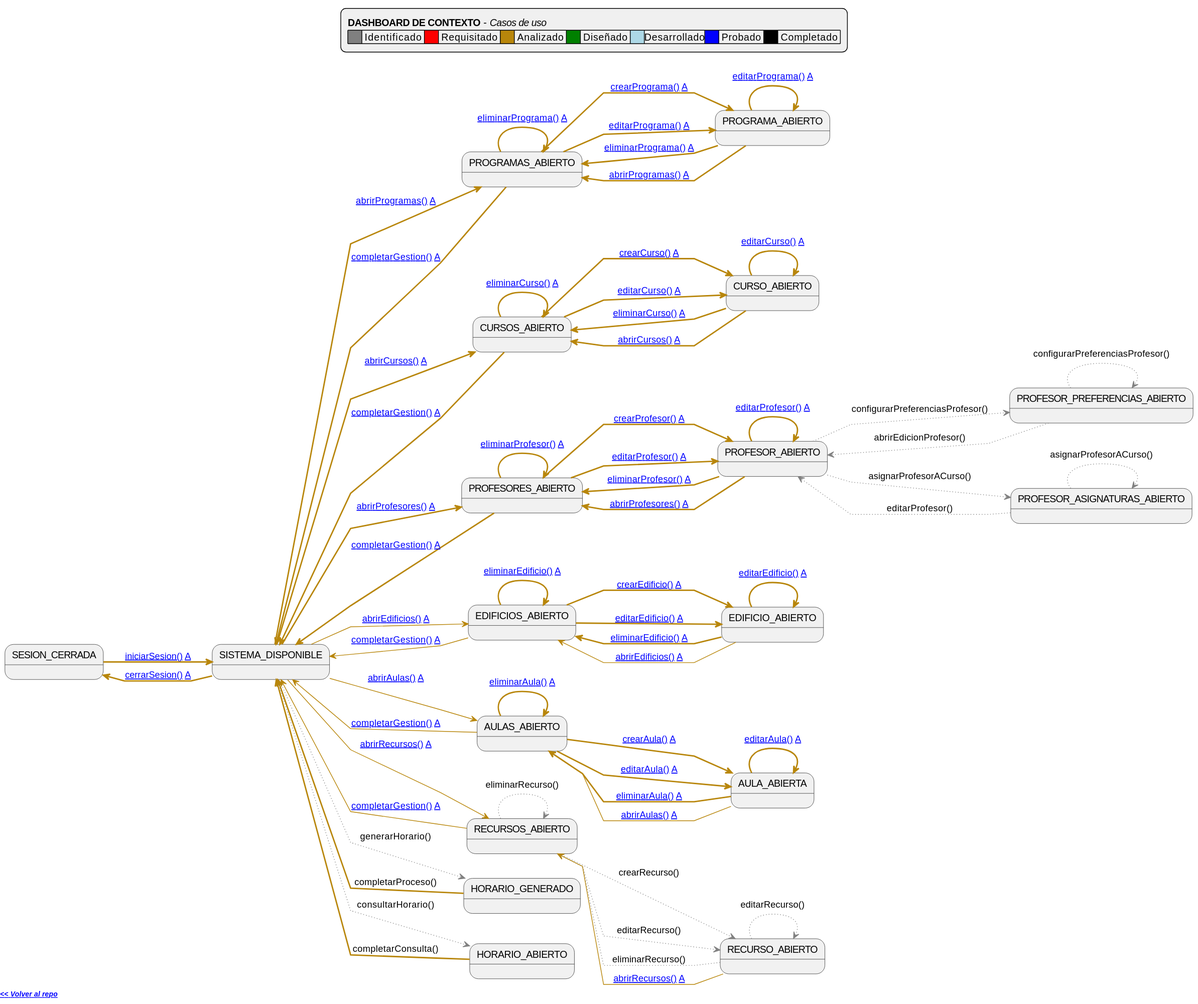
Earlier version of the PlantUML export images/RUP/99-seguimiento/diagrama-contexto-administrador.svg (Hexcss/scheduler).
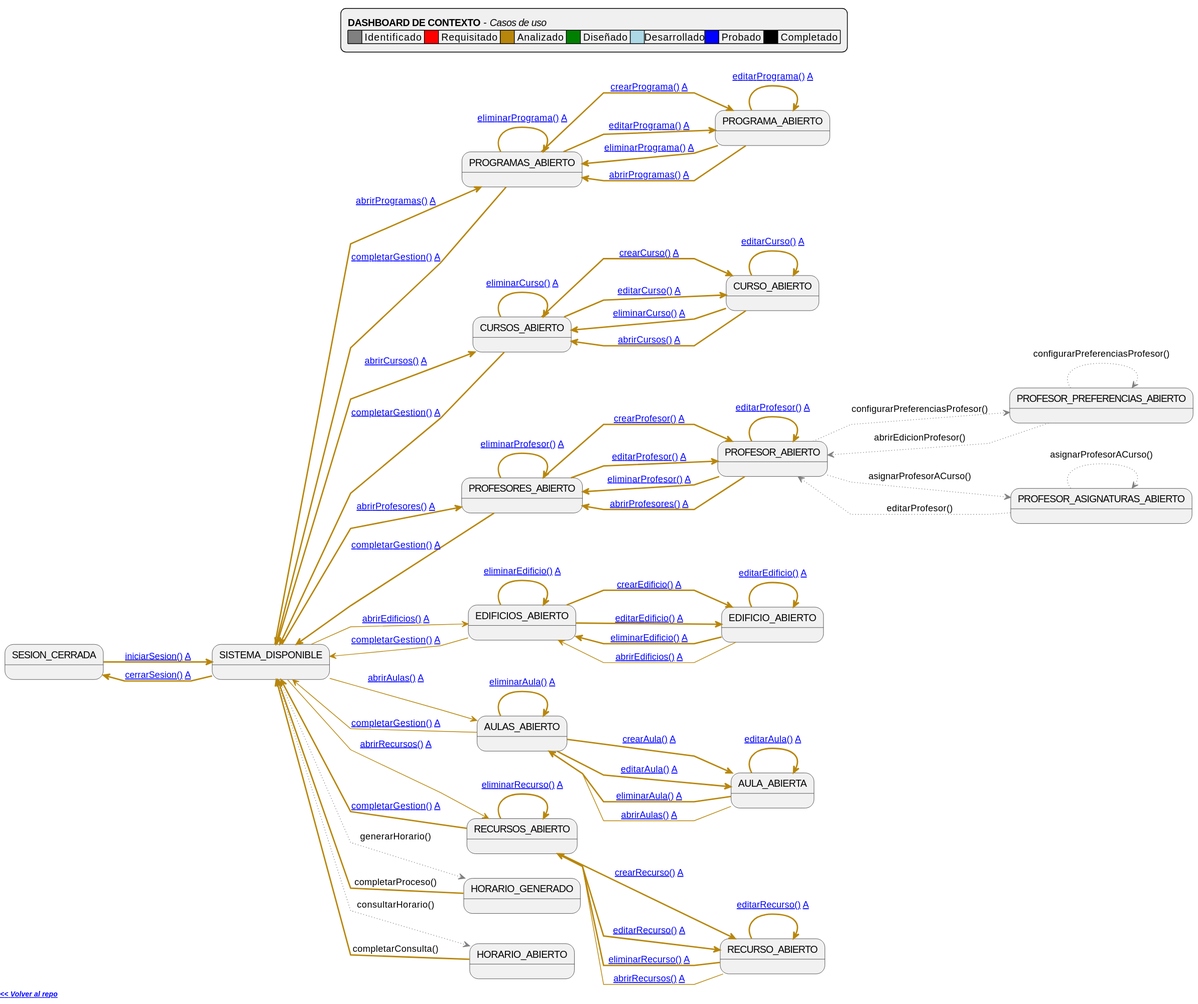
Later version of the same file.

Change to the diagram source:
```diff
@@ -92,18 +92,18 @@
 EditAula -[#darkgoldenrod,bold]-> EditAula: [[https://github.com/mmasias/pySigHor/blob/main/RUP/00-casos-uso/02-detalle/editarAula/README.md editarAula()]] [[https://github.com/mmasias/pySigHor/blob/main/RUP/01-analisis/casos-uso/editarAula/README.md A]]
 EditAula -[#darkgoldenrod,bold]-> ListAulas: [[https://github.com/mmasias/pySigHor/blob/main/RUP/00-casos-uso/02-detalle/eliminarAula/README.md eliminarAula()]] [[https://github.com/mmasias/pySigHor/blob/main/RUP/01-analisis/casos-uso/eliminarAula/README.md A]]
 EditAula -[#darkgoldenrod]-> ListAulas: [[https://github.com/mmasias/pySigHor/blob/main/RUP/00-casos-uso/02-detalle/abrirAulas/README.md abrirAulas()]] [[https://github.com/mmasias/pySigHor/blob/main/RUP/01-analisis/casos-uso/abrirAulas/README.md A]]
-ListRecursos -[#gray,dotted]-> EditRecurso: crearRecurso()
-ListRecursos -[#gray,dotted]-> EditRecurso: editarRecurso()
-ListRecursos -[#gray,dotted]-> ListRecursos: eliminarRecurso()
-EditRecurso -[#gray,dotted]-> EditRecurso: editarRecurso()
-EditRecurso -[#gray,dotted]-> ListRecursos: eliminarRecurso()
+ListRecursos -[#darkgoldenrod,bold]-> EditRecurso: [[https://github.com/mmasias/pySigHor/blob/main/RUP/00-casos-uso/02-detalle/crearRecurso/README.md crearRecurso()]] [[https://github.com/mmasias/pySigHor/blob/main/RUP/01-analisis/casos-uso/crearRecurso/README.md A]]
+ListRecursos -[#darkgoldenrod,bold]-> EditRecurso: [[https://github.com/mmasias/pySigHor/blob/main/RUP/00-casos-uso/02-detalle/editarRecurso/README.md editarRecurso()]] [[https://github.com/mmasias/pySigHor/blob/main/RUP/01-analisis/casos-uso/editarRecurso/README.md A]]
+ListRecursos -[#darkgoldenrod,bold]-> ListRecursos: [[https://github.com/mmasias/pySigHor/blob/main/RUP/00-casos-uso/02-detalle/eliminarRecurso/README.md eliminarRecurso()]] [[https://github.com/mmasias/pySigHor/blob/main/RUP/01-analisis/casos-uso/eliminarRecurso/README.md A]]
+EditRecurso -[#darkgoldenrod,bold]-> EditRecurso: [[https://github.com/mmasias/pySigHor/blob/main/RUP/00-casos-uso/02-detalle/editarRecurso/README.md editarRecurso()]] [[https://github.com/mmasias/pySigHor/blob/main/RUP/01-analisis/casos-uso/editarRecurso/README.md A]]
+EditRecurso -[#darkgoldenrod,bold]-> ListRecursos: [[https://github.com/mmasias/pySigHor/blob/main/RUP/00-casos-uso/02-detalle/eliminarRecurso/README.md eliminarRecurso()]] [[https://github.com/mmasias/pySigHor/blob/main/RUP/01-analisis/casos-uso/eliminarRecurso/README.md A]]
 EditRecurso -[#darkgoldenrod]-> ListRecursos: [[https://github.com/mmasias/pySigHor/blob/main/RUP/00-casos-uso/02-detalle/abrirRecursos/README.md abrirRecursos()]] [[https://github.com/mmasias/pySigHor/blob/main/RUP/01-analisis/casos-uso/abrirRecursos/README.md A]]
 ListProgramas -[#darkgoldenrod,thickness=2]-> Menu: [[https://github.com/mmasias/pySigHor/blob/main/RUP/00-casos-uso/02-detalle/completarGestion/README.md completarGestion()]] [[https://github.com/mmasias/pySigHor/blob/main/RUP/01-analisis/casos-uso/completarGestion/README.md A]]
 ListCursos -[#darkgoldenrod,thickness=2]-> Menu: [[https://github.com/mmasias/pySigHor/blob/main/RUP/00-casos-uso/02-detalle/completarGestion/README.md completarGestion()]] [[https://github.com/mmasias/pySigHor/blob/main/RUP/01-analisis/casos-uso/completarGestion/README.md A]]
 ListProfesores -[#darkgoldenrod,thickness=2]-> Menu: [[https://github.com/mmasias/pySigHor/blob/main/RUP/00-casos-uso/02-detalle/completarGestion/README.md completarGestion()]] [[https://github.com/mmasias/pySigHor/blob/main/RUP/01-analisis/casos-uso/completarGestion/README.md A]]
 ListEdificios -[#darkgoldenrod]-> Menu: [[https://github.com/mmasias/pySigHor/blob/main/RUP/00-casos-uso/02-detalle/completarGestion/README.md completarGestion()]] [[https://github.com/mmasias/pySigHor/blob/main/RUP/01-analisis/casos-uso/completarGestion/README.md A]]
 ListAulas -[#darkgoldenrod]-> Menu: [[https://github.com/mmasias/pySigHor/blob/main/RUP/00-casos-uso/02-detalle/completarGestion/README.md completarGestion()]] [[https://github.com/mmasias/pySigHor/blob/main/RUP/01-analisis/casos-uso/completarGestion/README.md A]]
-ListRecursos -[#darkgoldenrod]-> Menu: [[https://github.com/mmasias/pySigHor/blob/main/RUP/00-casos-uso/02-detalle/completarGestion/README.md completarGestion()]] [[https://github.com/mmasias/pySigHor/blob/main/RUP/01-analisis/casos-uso/completarGestion/README.md A]]
+ListRecursos -[#darkgoldenrod,bold]-> Menu: [[https://github.com/mmasias/pySigHor/blob/main/RUP/00-casos-uso/02-detalle/completarGestion/README.md completarGestion()]] [[https://github.com/mmasias/pySigHor/blob/main/RUP/01-analisis/casos-uso/completarGestion/README.md A]]
 Generacion -[#darkgoldenrod,thickness=2]-> Menu: completarProceso()
 Consulta -[#darkgoldenrod,thickness=2]-> Menu: completarConsulta()
 @enduml
```
